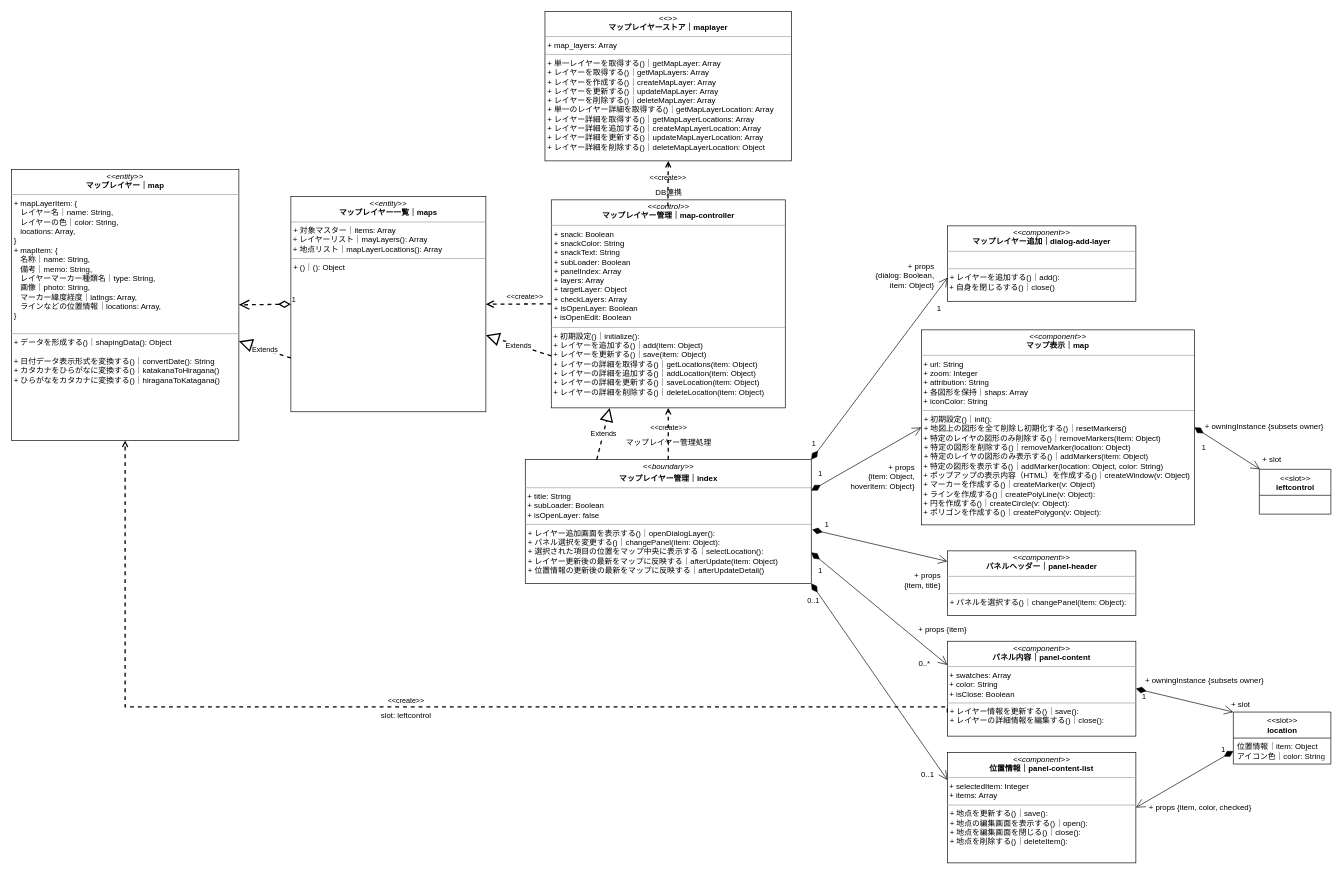
The draw.io diagram iriomote-anymaps.drawio in kaoru387/draw.io, before the edit. Source tidied: cells renumbered, new cells numbered last; positions are measured from the earlier drawing's top-left corner, leaving out a move shared by most shapes. Both pictures are drawn from the tidied source at 65%, with x=0, y=0 at pixel (11, 11).
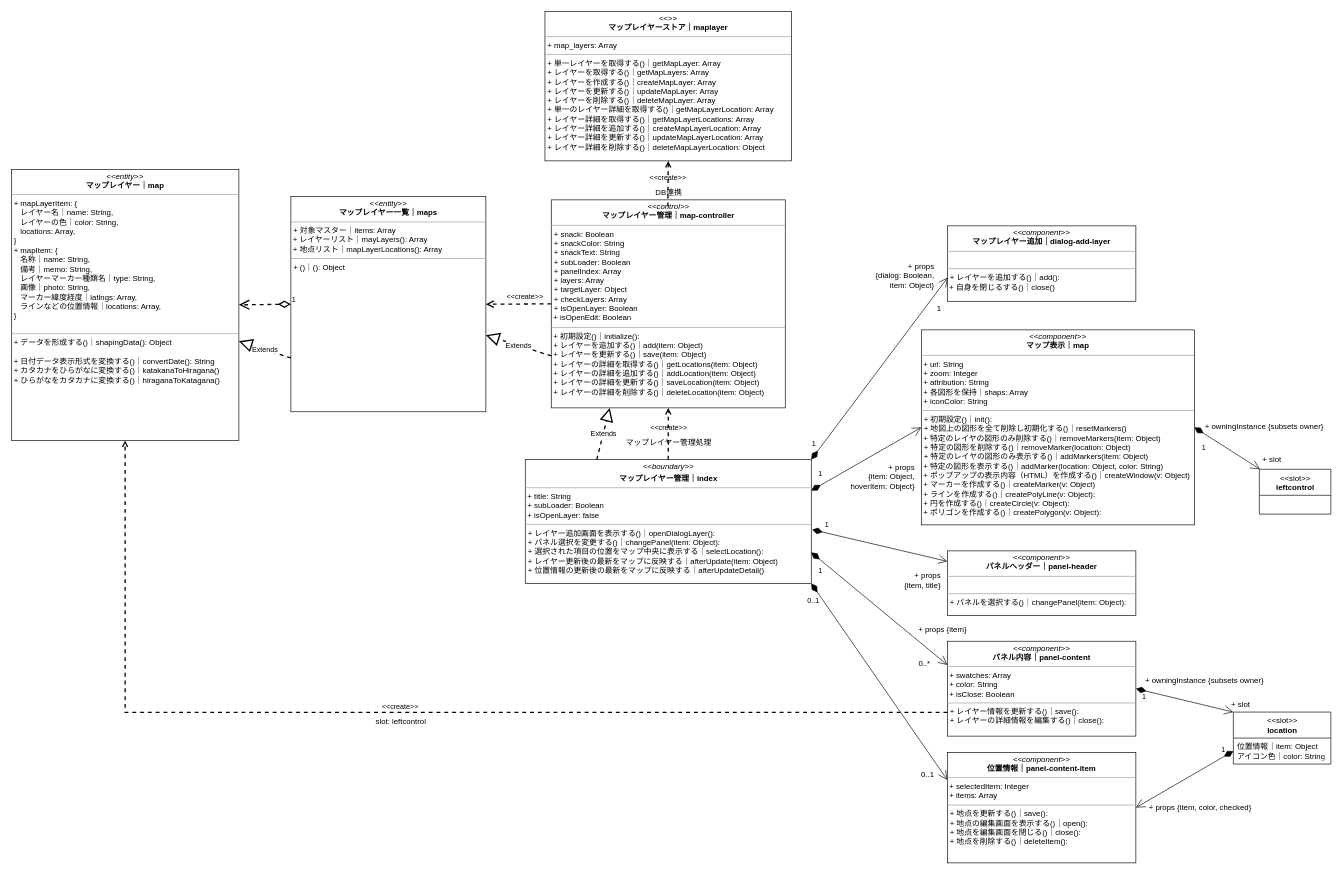
After the change.

Commit message:
iriomote-anymaps.drawio を更新します

The change refers to these unchanged cells:
```xml
<mxCell id="3" value="&lt;p style=&quot;margin:0px;margin-top:4px;text-align:center;&quot;&gt;&lt;i&gt;&amp;lt;&amp;lt;entity&amp;gt;&amp;gt;&lt;/i&gt;&lt;br&gt;&lt;b&gt;マップレイヤー｜map&lt;/b&gt;&lt;/p&gt;&lt;hr size=&quot;1&quot;&gt;&lt;p style=&quot;margin:0px;margin-left:4px;&quot;&gt;&lt;span style=&quot;background-color: initial;&quot;&gt;+ mapLayerItem: {&amp;nbsp;&lt;/span&gt;&lt;/p&gt;&lt;p style=&quot;margin:0px;margin-left:4px;&quot;&gt;&lt;span style=&quot;background-color: initial;&quot;&gt;&amp;nbsp; &amp;nbsp;レイヤー名｜name: String,&lt;/span&gt;&lt;br&gt;&lt;/p&gt;&lt;p style=&quot;margin:0px;margin-left:4px;&quot;&gt;&lt;span style=&quot;background-color: initial;&quot;&gt;&amp;nbsp; &amp;nbsp;レイヤーの色｜color: String,&lt;/span&gt;&lt;br&gt;&lt;/p&gt;&lt;p style=&quot;margin:0px;margin-left:4px;&quot;&gt;&lt;span style=&quot;background-color: initial;&quot;&gt;&amp;nbsp; &amp;nbsp;locations: Array,&lt;/span&gt;&lt;br&gt;&lt;/p&gt;&lt;p style=&quot;margin:0px;margin-left:4px;&quot;&gt;}&lt;/p&gt;&lt;p style=&quot;margin: 0px 0px 0px 4px;&quot;&gt;+&amp;nbsp;mapItem: {&lt;/p&gt;&lt;p style=&quot;margin: 0px 0px 0px 4px;&quot;&gt;&amp;nbsp; &amp;nbsp;名称｜name: String,&lt;br&gt;&lt;/p&gt;&lt;p style=&quot;margin: 0px 0px 0px 4px;&quot;&gt;&amp;nbsp; &amp;nbsp;備考｜memo: String,&lt;br&gt;&lt;/p&gt;&lt;p style=&quot;margin: 0px 0px 0px 4px;&quot;&gt;&amp;nbsp; &amp;nbsp;レイヤーマーカー種類名｜type: String,&lt;br&gt;&lt;/p&gt;&lt;p style=&quot;margin: 0px 0px 0px 4px;&quot;&gt;&amp;nbsp; &amp;nbsp;画像｜photo: String,&lt;br&gt;&lt;/p&gt;&lt;p style=&quot;margin: 0px 0px 0px 4px;&quot;&gt;&amp;nbsp; &amp;nbsp;マーカー緯度経度｜latlngs: Array,&lt;br&gt;&lt;/p&gt;&lt;p style=&quot;margin: 0px 0px 0px 4px;&quot;&gt;&amp;nbsp; &amp;nbsp;ラインなどの位置情報｜locations: Array,&lt;br&gt;&lt;/p&gt;&lt;p style=&quot;margin: 0px 0px 0px 4px;&quot;&gt;}&lt;/p&gt;&lt;br&gt;&lt;hr size=&quot;1&quot;&gt;&lt;p style=&quot;margin:0px;margin-left:4px;&quot;&gt;+ データを形成する()｜shapingData(): Object&lt;br&gt;&lt;/p&gt;&lt;p style=&quot;margin:0px;margin-left:4px;&quot;&gt;&lt;br&gt;&lt;/p&gt;&lt;p style=&quot;margin:0px;margin-left:4px;&quot;&gt;+ 日付データ表示形式を変換する()｜convertDate(): String&lt;br&gt;&lt;/p&gt;&lt;p style=&quot;margin:0px;margin-left:4px;&quot;&gt;+ カタカナをひらがなに変換する()｜katakanaToHiragana()&lt;/p&gt;&lt;p style=&quot;margin:0px;margin-left:4px;&quot;&gt;+ ひらがなをカタカナ&lt;span style=&quot;background-color: initial;&quot;&gt;に変換する()｜hiraganaToKatagana()&lt;/span&gt;&lt;/p&gt;" style="verticalAlign=top;align=left;overflow=fill;fontSize=12;fontFamily=Helvetica;html=1;" parent="1" vertex="1">
  <mxGeometry y="243" width="350" height="417" as="geometry" />
</mxCell>
<mxCell id="15" value="&lt;p style=&quot;margin:0px;margin-top:4px;text-align:center;&quot;&gt;&lt;i&gt;&amp;lt;&amp;lt;component&amp;gt;&amp;gt;&lt;/i&gt;&lt;br&gt;&lt;b&gt;パネル内容｜&lt;/b&gt;&lt;b style=&quot;background-color: initial;&quot;&gt;panel-content&lt;/b&gt;&lt;/p&gt;&lt;hr size=&quot;1&quot;&gt;&lt;div&gt;&lt;span style=&quot;background-color: initial;&quot;&gt;&amp;nbsp;+ swatches: Array&lt;/span&gt;&lt;/div&gt;&amp;nbsp;+ color: String&lt;br&gt;&amp;nbsp;+&amp;nbsp;isClose: Boolean&lt;br&gt;&lt;hr size=&quot;1&quot;&gt;&lt;p style=&quot;margin:0px;margin-left:4px;&quot;&gt;&lt;span style=&quot;background-color: initial;&quot;&gt;+ レイヤー情報を更新する()｜save():&amp;nbsp;&lt;/span&gt;&lt;br&gt;&lt;/p&gt;&lt;p style=&quot;margin:0px;margin-left:4px;&quot;&gt;+ レイヤーの詳細情報を編集する()｜close():&amp;nbsp;&lt;span style=&quot;background-color: initial;&quot;&gt;&lt;br&gt;&lt;/span&gt;&lt;/p&gt;" style="verticalAlign=top;align=left;overflow=fill;fontSize=12;fontFamily=Helvetica;html=1;" parent="1" vertex="1">
  <mxGeometry x="1440" y="969" width="290" height="146" as="geometry" />
</mxCell>
```

The edit, as a diff of the source:
```diff
@@
     <mxCell id="16" value="&amp;lt;&amp;lt;create&amp;gt;&amp;gt;" style="endArrow=open;html=1;rounded=0;align=center;verticalAlign=bottom;dashed=1;endFill=0;labelBackgroundColor=none;fontColor=#000000;startSize=22;endSize=6;sourcePerimeterSpacing=0;targetPerimeterSpacing=0;strokeWidth=2;jumpSize=6;entryX=0.5;entryY=1;entryDx=0;entryDy=0;exitX=0;exitY=0.75;exitDx=0;exitDy=0;edgeStyle=orthogonalEdgeStyle;" parent="1" edge="1" source="15" target="3">
       <mxGeometry relative="1" as="geometry">
         <Array as="points">
-          <mxPoint x="175" y="1070" />
+          <mxPoint x="175" y="1079" />
         </Array>
       </mxGeometry>
     </mxCell>
@@
-    <mxCell id="21" value="&lt;p style=&quot;margin:0px;margin-top:4px;text-align:center;&quot;&gt;&lt;i&gt;&amp;lt;&amp;lt;&lt;/i&gt;&lt;i&gt;component&lt;/i&gt;&lt;i&gt;&amp;gt;&amp;gt;&lt;/i&gt;&lt;br&gt;&lt;b&gt;位置情報｜&lt;/b&gt;&lt;b style=&quot;background-color: initial;&quot;&gt;panel-content-list&lt;/b&gt;&lt;/p&gt;&lt;hr size=&quot;1&quot;&gt;&lt;div&gt;&lt;span style=&quot;background-color: initial;&quot;&gt;&amp;nbsp;+ selectedItem: Integer&lt;/span&gt;&lt;/div&gt;&lt;div&gt;&lt;/div&gt;&amp;nbsp;+ items: Array&lt;br&gt;&lt;hr size=&quot;1&quot;&gt;&lt;p style=&quot;margin:0px;margin-left:4px;&quot;&gt;&lt;span style=&quot;background-color: initial;&quot;&gt;+ 地点&lt;/span&gt;&lt;span style=&quot;background-color: initial;&quot;&gt;を更新する()｜save():&amp;nbsp;&lt;/span&gt;&lt;br&gt;&lt;/p&gt;&lt;p style=&quot;margin:0px;margin-left:4px;&quot;&gt;+ 地点の編集画面を表示する()｜open():&amp;nbsp;&lt;span style=&quot;background-color: initial;&quot;&gt;&lt;br&gt;&lt;/span&gt;&lt;/p&gt;&lt;p style=&quot;margin:0px;margin-left:4px;&quot;&gt;+ 地点を編集画面を閉じる()｜close():&amp;nbsp;&lt;br&gt;&lt;/p&gt;&lt;p style=&quot;margin:0px;margin-left:4px;&quot;&gt;+ 地点を削除する()｜deleteItem():&amp;nbsp;&lt;br&gt;&lt;/p&gt;" style="verticalAlign=top;align=left;overflow=fill;fontSize=12;fontFamily=Helvetica;html=1;" parent="1" vertex="1">
+    <mxCell id="21" value="&lt;p style=&quot;margin:0px;margin-top:4px;text-align:center;&quot;&gt;&lt;i&gt;&amp;lt;&amp;lt;&lt;/i&gt;&lt;i&gt;component&lt;/i&gt;&lt;i&gt;&amp;gt;&amp;gt;&lt;/i&gt;&lt;br&gt;&lt;b&gt;位置情報｜&lt;/b&gt;&lt;b style=&quot;background-color: initial;&quot;&gt;panel-content-item&lt;/b&gt;&lt;/p&gt;&lt;hr size=&quot;1&quot;&gt;&lt;div&gt;&lt;span style=&quot;background-color: initial;&quot;&gt;&amp;nbsp;+ selectedItem: Integer&lt;/span&gt;&lt;/div&gt;&lt;div&gt;&lt;/div&gt;&amp;nbsp;+ items: Array&lt;br&gt;&lt;hr size=&quot;1&quot;&gt;&lt;p style=&quot;margin:0px;margin-left:4px;&quot;&gt;&lt;span style=&quot;background-color: initial;&quot;&gt;+ 地点&lt;/span&gt;&lt;span style=&quot;background-color: initial;&quot;&gt;を更新する()｜save():&amp;nbsp;&lt;/span&gt;&lt;br&gt;&lt;/p&gt;&lt;p style=&quot;margin:0px;margin-left:4px;&quot;&gt;+ 地点の編集画面を表示する()｜open():&amp;nbsp;&lt;span style=&quot;background-color: initial;&quot;&gt;&lt;br&gt;&lt;/span&gt;&lt;/p&gt;&lt;p style=&quot;margin:0px;margin-left:4px;&quot;&gt;+ 地点を編集画面を閉じる()｜close():&amp;nbsp;&lt;br&gt;&lt;/p&gt;&lt;p style=&quot;margin:0px;margin-left:4px;&quot;&gt;+ 地点を削除する()｜deleteItem():&amp;nbsp;&lt;br&gt;&lt;/p&gt;" style="verticalAlign=top;align=left;overflow=fill;fontSize=12;fontFamily=Helvetica;html=1;" parent="1" vertex="1">
       <mxGeometry x="1440" y="1140" width="290" height="170" as="geometry" />
     </mxCell>
```
